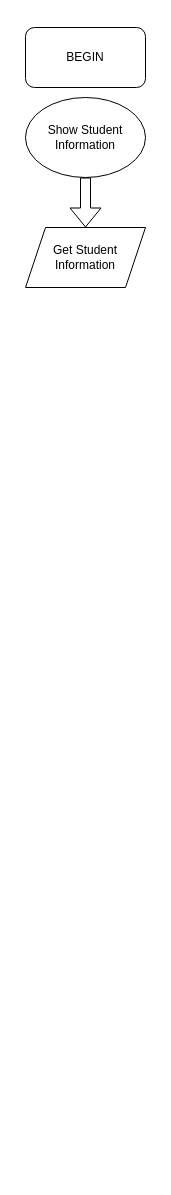
Above: Başlıksız Diyagram.drawio in KaXaBlanka/python-assignment (draw.io), before the change. Source tidied: cells renumbered, new cells numbered last; positions are measured from the earlier drawing's top-left corner, leaving out a move shared by most shapes. Both pictures are drawn from the tidied source at 100%, with x=0, y=0 at pixel (25, 27).
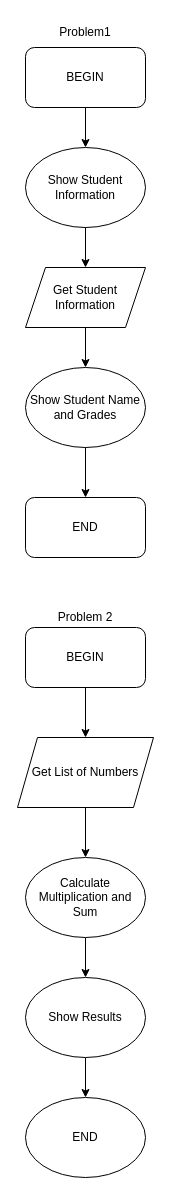
After the change.

The edit, as a diff of the source:
```diff
@@
     <mxCell id="2" value="BEGIN" style="rounded=1;whiteSpace=wrap;html=1;" parent="1" vertex="1">
-      <mxGeometry width="120" height="60" as="geometry" />
+      <mxGeometry y="20" width="120" height="60" as="geometry" />
     </mxCell>
     <mxCell id="3" value="Show Student Information" style="ellipse;whiteSpace=wrap;html=1;" parent="1" vertex="1">
-      <mxGeometry y="70" width="120" height="80" as="geometry" />
+      <mxGeometry y="120" width="120" height="80" as="geometry" />
     </mxCell>
     <mxCell id="4" value="Get Student Information" style="shape=parallelogram;perimeter=parallelogramPerimeter;whiteSpace=wrap;html=1;fixedSize=1;" parent="1" vertex="1">
-      <mxGeometry y="200" width="120" height="60" as="geometry" />
+      <mxGeometry y="240" width="120" height="60" as="geometry" />
     </mxCell>
+    <mxCell id="6" style="endArrow=classic;html=1;rounded=0;exitX=0.5;exitY=1;exitDx=0;exitDy=0;entryX=0.5;entryY=0;entryDx=0;entryDy=0;" parent="1" edge="1" source="2" target="3">
+      <mxGeometry relative="1" as="geometry" />
+    </mxCell>
+    <mxCell id="7" value="Show Student Name and Grades" style="ellipse;whiteSpace=wrap;html=1;" parent="1" vertex="1">
+      <mxGeometry y="340" width="120" height="80" as="geometry" />
+    </mxCell>
+    <mxCell id="8" style="endArrow=classic;html=1;rounded=0;exitX=0.5;exitY=1;exitDx=0;exitDy=0;entryX=0.5;entryY=0;entryDx=0;entryDy=0;" parent="1" edge="1" source="4" target="7">
+      <mxGeometry relative="1" as="geometry" />
+    </mxCell>
+    <mxCell id="9" value="END" style="rounded=1;whiteSpace=wrap;html=1;" parent="1" vertex="1">
+      <mxGeometry y="470" width="120" height="60" as="geometry" />
+    </mxCell>
+    <mxCell id="10" style="endArrow=classic;html=1;rounded=0;exitX=0.5;exitY=1;exitDx=0;exitDy=0;entryX=0.5;entryY=0;entryDx=0;entryDy=0;" parent="1" edge="1" source="7" target="9">
+      <mxGeometry relative="1" as="geometry" />
+    </mxCell>
-    <mxCell id="5" style="shape=flexArrow;endArrow=classic;html=1;rounded=0;exitX=0.5;exitY=1;exitDx=0;exitDy=0;entryX=0.5;entryY=0;entryDx=0;entryDy=0;" parent="1" edge="1" source="3" target="4">
+    <mxCell id="5" style="endArrow=classic;html=1;rounded=0;exitX=0.5;exitY=1;exitDx=0;exitDy=0;entryX=0.5;entryY=0;entryDx=0;entryDy=0;" parent="1" edge="1" source="3" target="4">
       <mxGeometry relative="1" as="geometry" />
     </mxCell>
+    <mxCell id="11" value="Problem1" style="text;html=1;strokeColor=none;fillColor=none;align=center;verticalAlign=middle;whiteSpace=wrap;rounded=0;" parent="1" vertex="1">
+      <mxGeometry x="30" y="-10" width="60" height="30" as="geometry" />
+    </mxCell>
+    <mxCell id="12" value="Problem 2" style="text;html=1;strokeColor=none;fillColor=none;align=center;verticalAlign=middle;whiteSpace=wrap;rounded=0;" parent="1" vertex="1">
+      <mxGeometry x="30" y="574.5" width="60" height="30" as="geometry" />
+    </mxCell>
+    <mxCell id="13" style="edgeStyle=orthogonalEdgeStyle;rounded=0;jettySize=auto;html=1;" parent="1" edge="1" source="14" target="16">
+      <mxGeometry relative="1" as="geometry" />
+    </mxCell>
+    <mxCell id="14" value="BEGIN" style="rounded=1;whiteSpace=wrap;html=1;" parent="1" vertex="1">
+      <mxGeometry y="600" width="120" height="60" as="geometry" />
+    </mxCell>
+    <mxCell id="15" style="edgeStyle=orthogonalEdgeStyle;rounded=0;jettySize=auto;html=1;" parent="1" edge="1" source="16" target="18">
+      <mxGeometry relative="1" as="geometry" />
+    </mxCell>
+    <mxCell id="16" value="Get List of Numbers" style="shape=parallelogram;perimeter=parallelogramPerimeter;whiteSpace=wrap;html=1;fixedSize=1;" parent="1" vertex="1">
+      <mxGeometry x="-8" y="710" width="136" height="70" as="geometry" />
+    </mxCell>
+    <mxCell id="17" style="edgeStyle=orthogonalEdgeStyle;rounded=0;jettySize=auto;html=1;" parent="1" edge="1" source="18" target="20">
+      <mxGeometry relative="1" as="geometry" />
+    </mxCell>
+    <mxCell id="18" value="Calculate Multiplication and Sum" style="ellipse;whiteSpace=wrap;html=1;" parent="1" vertex="1">
+      <mxGeometry y="830" width="120" height="80" as="geometry" />
+    </mxCell>
+    <mxCell id="19" style="edgeStyle=orthogonalEdgeStyle;rounded=0;jettySize=auto;html=1;" parent="1" edge="1" source="20" target="21">
+      <mxGeometry relative="1" as="geometry" />
+    </mxCell>
+    <mxCell id="20" value="Show Results" style="ellipse;whiteSpace=wrap;html=1;" parent="1" vertex="1">
+      <mxGeometry y="950" width="120" height="80" as="geometry" />
+    </mxCell>
+    <mxCell id="21" value="END" style="ellipse;whiteSpace=wrap;html=1;" parent="1" vertex="1">
+      <mxGeometry y="1070" width="120" height="80" as="geometry" />
+    </mxCell>
```
